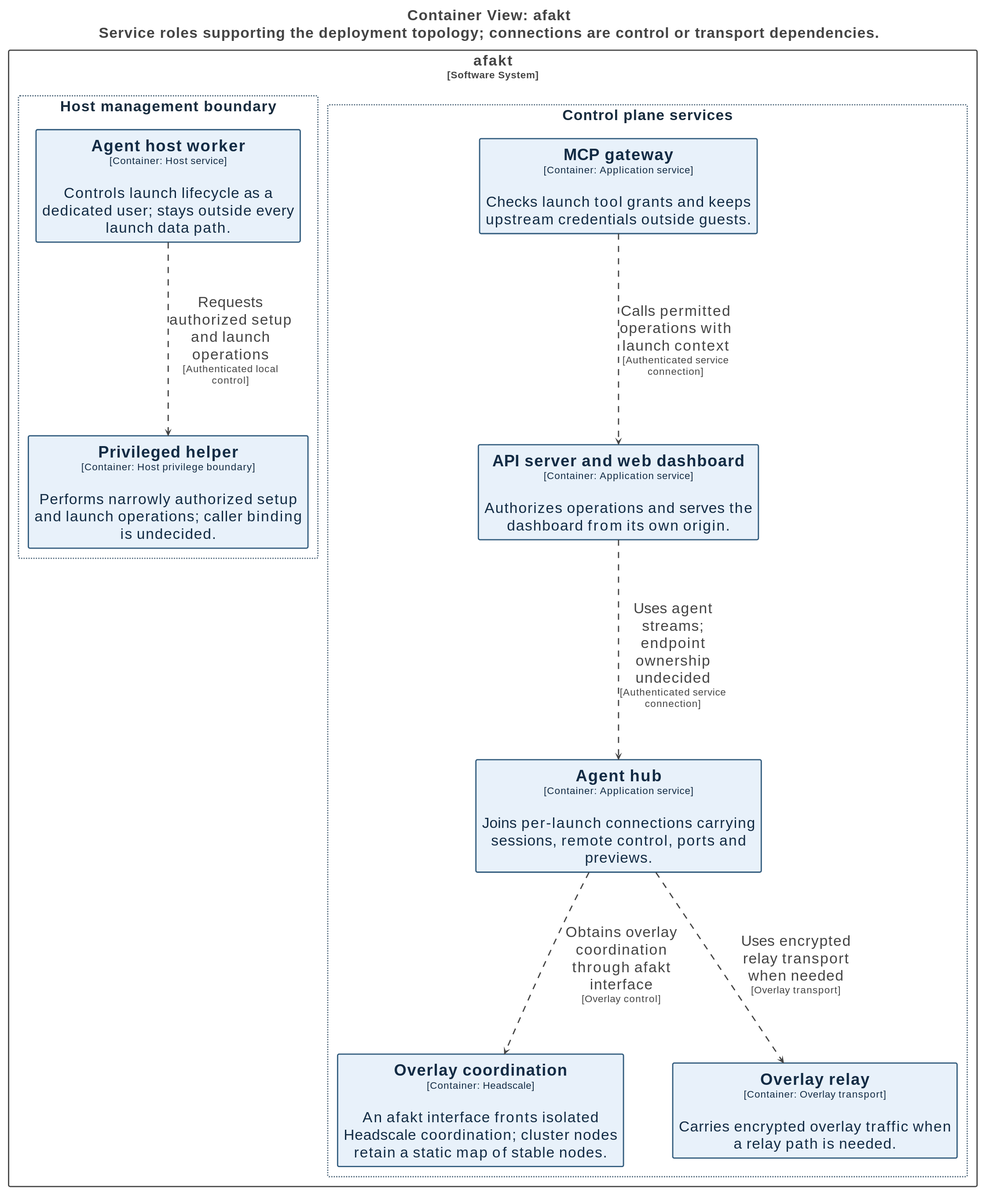
Above: docs/diagrams/structurizr-network-service-boundaries.svg in tbhb-dev/afakt (PlantUML), before the change. Its source is kept beside it as docs/diagrams/structurizr-network-service-boundaries.puml. The source it was exported from:
```plantuml
@startuml
title <size:24>Container View: afakt</size>\n<size:24>Service roles supporting the deployment topology; connections are control or transport dependencies.</size>

set separator none
top to bottom direction
skinparam ranksep 20
skinparam nodesep 5
hide stereotype

skinparam {
  nodesep 80
  ranksep 160
}

<style>
  root {
    BackgroundColor: #ffffff;
    FontColor: #444444;
  }
  // Element,Topology
  .Element-RWxlbWVudCxUb3BvbG9neQ== {
    BackgroundColor: #e8f1fa;
    LineColor: #315b7d;
    LineStyle: 0;
    LineThickness: 2;
    FontColor: #122b44;
    FontSize: 24;
    HorizontalAlignment: center;
    Shadowing: 0;
    MaximumWidth: 450;
  }
  // Relationship
  .Relationship-UmVsYXRpb25zaGlw {
    LineThickness: 2;
    LineStyle: 10-10;
    LineColor: #444444;
    FontColor: #444444;
    FontSize: 24;
    MaximumWidth: 200;
  }
  // afakt
  .Boundary-YWZha3Q= {
    BackgroundColor: #ffffff;
    LineColor: #444444;
    LineStyle: 0;
    LineThickness: 2;
    FontColor: #444444;
    FontSize: 24;
    HorizontalAlignment: center;
    Shadowing: 0;
  }
  // Control plane services
  .Group-Q29udHJvbCBwbGFuZSBzZXJ2aWNlcw== {
    BackgroundColor: #ffffff;
    LineColor: #536b7e;
    LineStyle: 2-2;
    LineThickness: 2;
    FontColor: #182c3e;
    FontSize: 24;
    HorizontalAlignment: center;
    Shadowing: 0;
  }
  // Host management boundary
  .Group-SG9zdCBtYW5hZ2VtZW50IGJvdW5kYXJ5 {
    BackgroundColor: #ffffff;
    LineColor: #536b7e;
    LineStyle: 2-2;
    LineThickness: 2;
    FontColor: #182c3e;
    FontSize: 24;
    HorizontalAlignment: center;
    Shadowing: 0;
  }
</style>

rectangle "afakt\n<size:16>[Software System]</size>" <<Boundary-YWZha3Q=>> {
  rectangle "Control plane services" <<Group-Q29udHJvbCBwbGFuZSBzZXJ2aWNlcw==>> as group1 {
    rectangle "==Agent hub\n<size:16>[Container: Application service]</size>\n\nJoins per-launch connections carrying sessions, remote control, ports and previews." <<Element-RWxlbWVudCxUb3BvbG9neQ==>> as afakt.Agenthub
    rectangle "==API server and web dashboard\n<size:16>[Container: Application service]</size>\n\nAuthorizes operations and serves the dashboard from its own origin." <<Element-RWxlbWVudCxUb3BvbG9neQ==>> as afakt.APIserverandwebdashboard
    rectangle "==MCP gateway\n<size:16>[Container: Application service]</size>\n\nChecks launch tool grants and keeps upstream credentials outside guests." <<Element-RWxlbWVudCxUb3BvbG9neQ==>> as afakt.MCPgateway
    rectangle "==Overlay coordination\n<size:16>[Container: Headscale]</size>\n\nAn afakt interface fronts isolated Headscale coordination; cluster nodes retain a static map of stable nodes." <<Element-RWxlbWVudCxUb3BvbG9neQ==>> as afakt.Overlaycoordination
    rectangle "==Overlay relay\n<size:16>[Container: Overlay transport]</size>\n\nCarries encrypted overlay traffic when a relay path is needed." <<Element-RWxlbWVudCxUb3BvbG9neQ==>> as afakt.Overlayrelay
  }

  rectangle "Host management boundary" <<Group-SG9zdCBtYW5hZ2VtZW50IGJvdW5kYXJ5>> as group2 {
    rectangle "==Agent host worker\n<size:16>[Container: Host service]</size>\n\nControls launch lifecycle as a dedicated user; stays outside every launch data path." <<Element-RWxlbWVudCxUb3BvbG9neQ==>> as afakt.Agenthostworker
    rectangle "==Privileged helper\n<size:16>[Container: Host privilege boundary]</size>\n\nPerforms narrowly authorized setup and launch operations; caller binding is undecided." <<Element-RWxlbWVudCxUb3BvbG9neQ==>> as afakt.Privilegedhelper
  }

}

afakt.Agenthub --> afakt.Overlaycoordination <<Relationship-UmVsYXRpb25zaGlw>> : "Obtains overlay coordination through afakt interface\n<size:16>[Overlay control]</size>"
afakt.Agenthub --> afakt.Overlayrelay <<Relationship-UmVsYXRpb25zaGlw>> : "Uses encrypted relay transport when needed\n<size:16>[Overlay transport]</size>"
afakt.Agenthostworker --> afakt.Privilegedhelper <<Relationship-UmVsYXRpb25zaGlw>> : "Requests authorized setup and launch operations\n<size:16>[Authenticated local control]</size>"
afakt.APIserverandwebdashboard --> afakt.Agenthub <<Relationship-UmVsYXRpb25zaGlw>> : "Uses agent streams; endpoint ownership undecided\n<size:16>[Authenticated service connection]</size>"
afakt.MCPgateway --> afakt.APIserverandwebdashboard <<Relationship-UmVsYXRpb25zaGlw>> : "Calls permitted operations with launch context\n<size:16>[Authenticated service connection]</size>"

@enduml
```
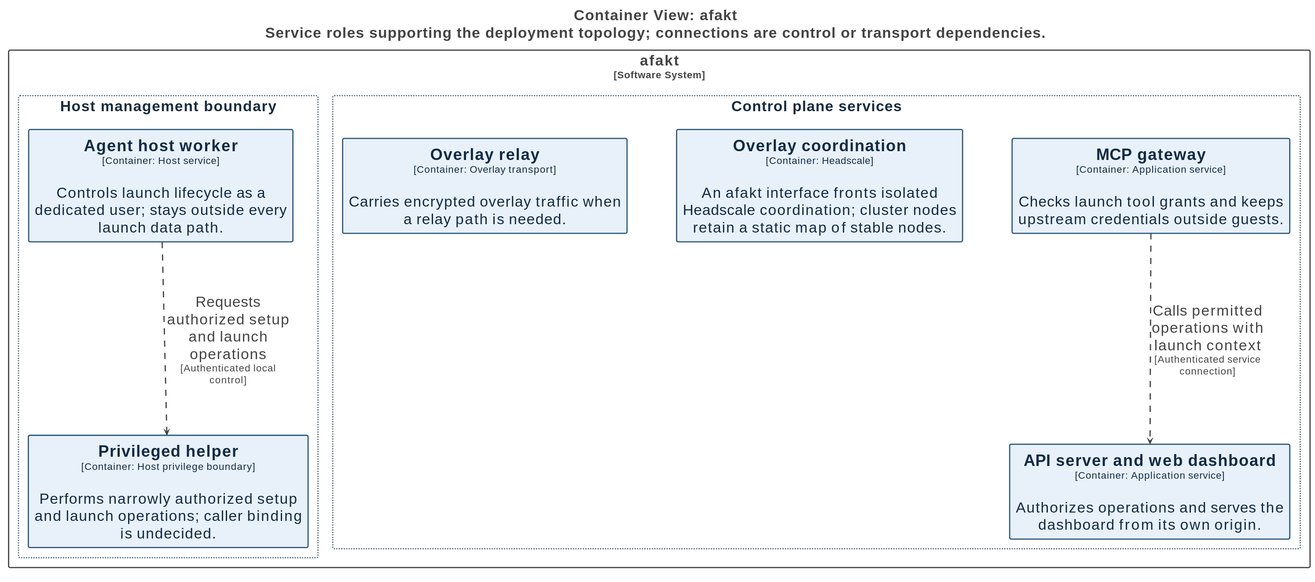
The same file after the commit.

Change to the diagram source:
```diff
@@ -75,7 +75,6 @@
 
 rectangle "afakt\n<size:16>[Software System]</size>" <<Boundary-YWZha3Q=>> {
   rectangle "Control plane services" <<Group-Q29udHJvbCBwbGFuZSBzZXJ2aWNlcw==>> as group1 {
-    rectangle "==Agent hub\n<size:16>[Container: Application service]</size>\n\nJoins per-launch connections carrying sessions, remote control, ports and previews." <<Element-RWxlbWVudCxUb3BvbG9neQ==>> as afakt.Agenthub
     rectangle "==API server and web dashboard\n<size:16>[Container: Application service]</size>\n\nAuthorizes operations and serves the dashboard from its own origin." <<Element-RWxlbWVudCxUb3BvbG9neQ==>> as afakt.APIserverandwebdashboard
     rectangle "==MCP gateway\n<size:16>[Container: Application service]</size>\n\nChecks launch tool grants and keeps upstream credentials outside guests." <<Element-RWxlbWVudCxUb3BvbG9neQ==>> as afakt.MCPgateway
     rectangle "==Overlay coordination\n<size:16>[Container: Headscale]</size>\n\nAn afakt interface fronts isolated Headscale coordination; cluster nodes retain a static map of stable nodes." <<Element-RWxlbWVudCxUb3BvbG9neQ==>> as afakt.Overlaycoordination
@@ -89,10 +88,7 @@
 
 }
 
-afakt.Agenthub --> afakt.Overlaycoordination <<Relationship-UmVsYXRpb25zaGlw>> : "Obtains overlay coordination through afakt interface\n<size:16>[Overlay control]</size>"
-afakt.Agenthub --> afakt.Overlayrelay <<Relationship-UmVsYXRpb25zaGlw>> : "Uses encrypted relay transport when needed\n<size:16>[Overlay transport]</size>"
 afakt.Agenthostworker --> afakt.Privilegedhelper <<Relationship-UmVsYXRpb25zaGlw>> : "Requests authorized setup and launch operations\n<size:16>[Authenticated local control]</size>"
-afakt.APIserverandwebdashboard --> afakt.Agenthub <<Relationship-UmVsYXRpb25zaGlw>> : "Uses agent streams; endpoint ownership undecided\n<size:16>[Authenticated service connection]</size>"
 afakt.MCPgateway --> afakt.APIserverandwebdashboard <<Relationship-UmVsYXRpb25zaGlw>> : "Calls permitted operations with launch context\n<size:16>[Authenticated service connection]</size>"
 
 @enduml
```
